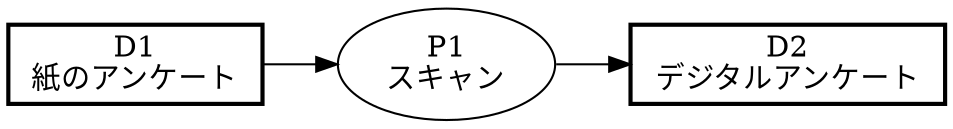
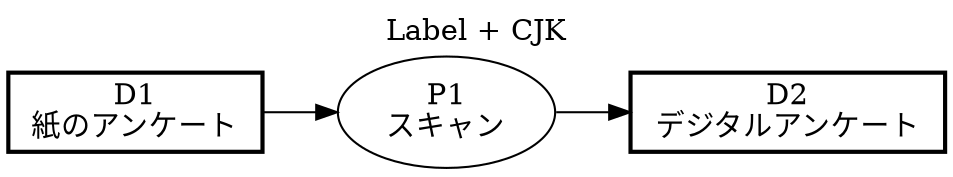
digraph PFDSL {
  rankdir=LR;
  newrank=true;
+   label="Label + CJK";
+   labelloc="t";

  "D1" [shape=box, label="D1\n紙のアンケート", width=1.70, penwidth="2"];
  "D2" [shape=box, label="D2\nデジタルアンケート", width=2.10, penwidth="2"];
  "P1" [shape=ellipse, label="P1\nスキャン", width=1.10];

  "D1" -> "P1";
  "P1" -> "D2";
}
